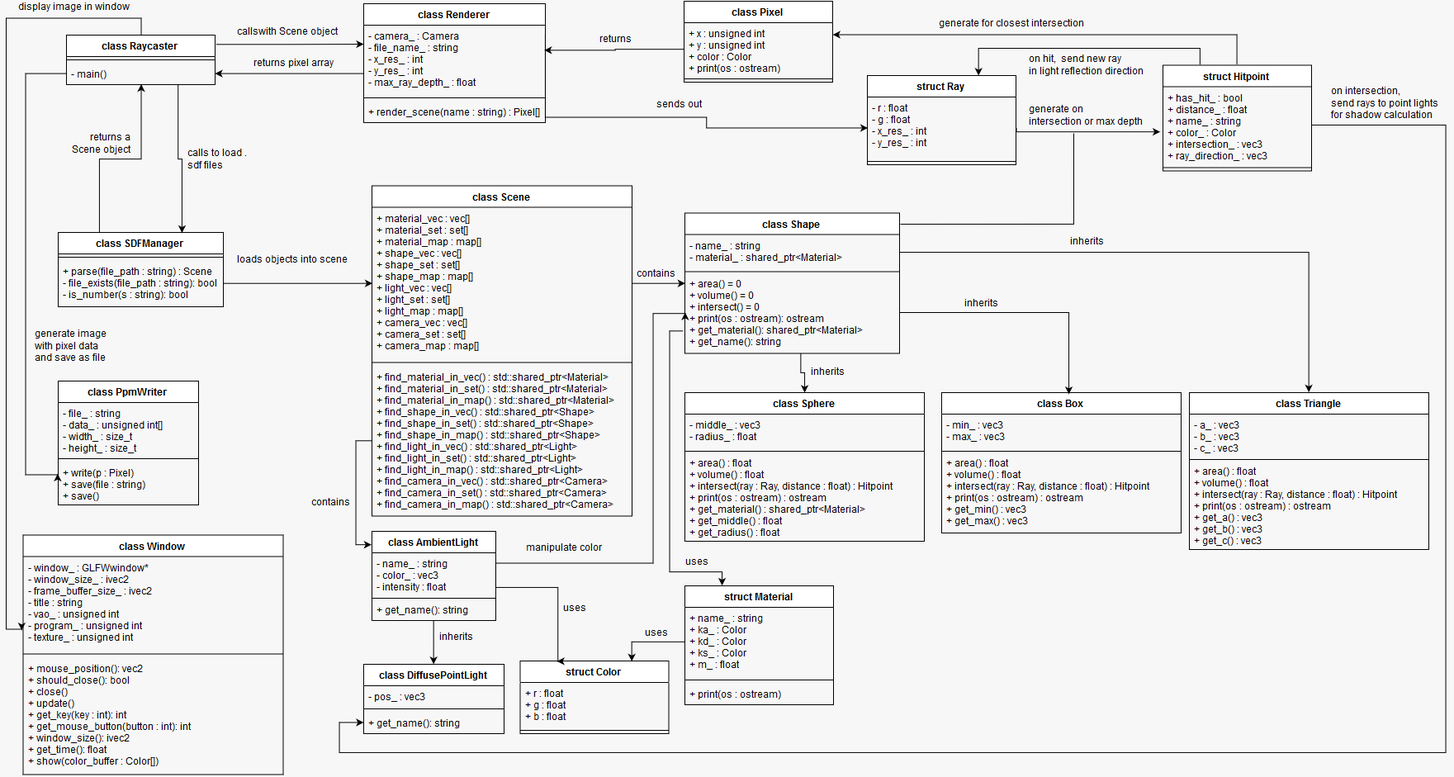
Before: UML/RaytracerUML.png, a diagram exported from draw.io (christiandunkel/raytracer). Source tidied: cells renumbered, new cells last; positions are measured from the earlier drawing's top-left corner, leaving out a move shared by most shapes.
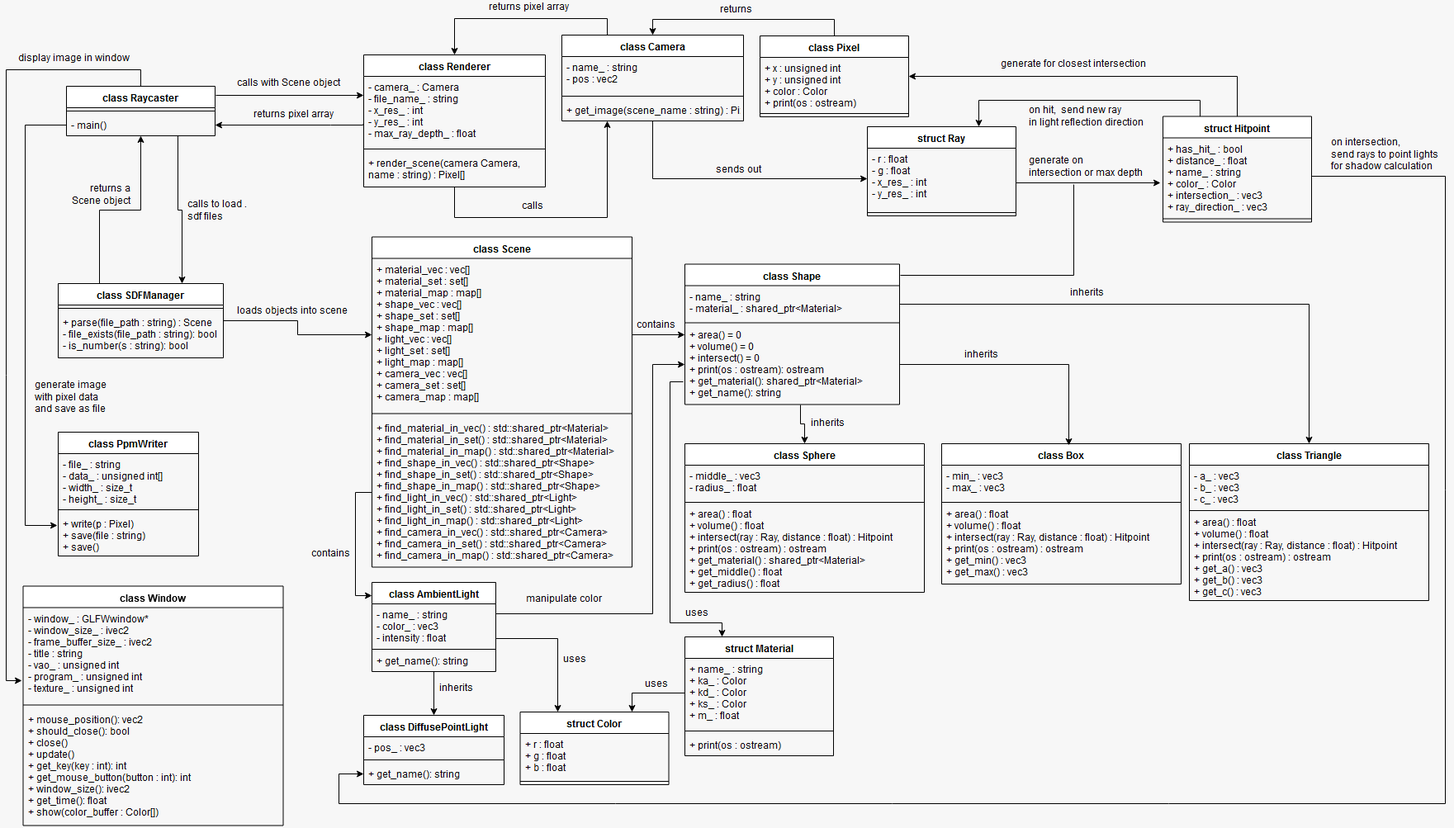
Above is the later version.

Commit message:
updated UML diagram

Change to the diagram source:
```diff
@@ -20,11 +20,10 @@
     <mxCell id="7" style="line;strokeWidth=1;fillColor=none;align=left;verticalAlign=middle;spacingTop=-1;spacingLeft=3;spacingRight=3;labelPosition=right;" parent="5" vertex="1">
       <mxGeometry y="80" width="180" height="8" as="geometry" />
     </mxCell>
-    <mxCell id="8" style="edgeStyle=orthogonalEdgeStyle;rounded=0;jettySize=auto;html=1;exitX=0.5;exitY=0;exitDx=0;exitDy=0;endArrow=classic;endFill=1;" parent="1" edge="1" source="10">
+    <mxCell id="8" style="edgeStyle=orthogonalEdgeStyle;rounded=0;jettySize=auto;html=1;exitX=0.5;exitY=0;exitDx=0;exitDy=0;endArrow=classic;endFill=1;entryX=1;entryY=0.5;entryDx=0;entryDy=0;" parent="1" edge="1" source="10" target="82">
       <mxGeometry relative="1" as="geometry">
-        <mxPoint x="1001" y="41" as="targetPoint" />
         <Array as="points">
-          <mxPoint x="1491" y="41" />
+          <mxPoint x="1491" y="30" />
         </Array>
       </mxGeometry>
     </mxCell>
@@ -70,17 +69,16 @@
     <mxCell id="22" value="+ get_name(): string" style="text;strokeColor=none;fillColor=none;align=left;verticalAlign=top;spacingLeft=4;spacingRight=4;overflow=hidden;" parent="19" vertex="1">
       <mxGeometry y="82" width="150" height="26" as="geometry" />
     </mxCell>
-    <mxCell id="23" style="edgeStyle=orthogonalEdgeStyle;rounded=0;jettySize=auto;html=1;exitX=1;exitY=0.25;exitDx=0;exitDy=0;entryX=0;entryY=0.5;entryDx=0;entryDy=0;" parent="1" edge="1" source="24" target="3">
-      <mxGeometry relative="1" as="geometry">
-        <Array as="points">
-          <mxPoint x="653" y="141" />
-          <mxPoint x="848" y="141" />
-          <mxPoint x="848" y="154" />
-        </Array>
-      </mxGeometry>
-    </mxCell>
+    <mxCell id="111" style="edgeStyle=orthogonalEdgeStyle;rounded=0;jettySize=auto;html=1;exitX=0.5;exitY=1;exitDx=0;exitDy=0;entryX=0.25;entryY=1;entryDx=0;entryDy=0;entryPerimeter=0;" parent="1" edge="1" source="24" target="118">
+      <mxGeometry relative="1" as="geometry">
+        <Array as="points">
+          <mxPoint x="543" y="201" />
+          <mxPoint x="728" y="201" />
+        </Array>
+      </mxGeometry>
+    </mxCell>
     <mxCell id="24" value="class Renderer" style="swimlane;fontStyle=1;align=center;verticalAlign=top;horizontal=1;startSize=26;" parent="1" vertex="1">
-      <mxGeometry x="433" y="4" width="220" height="144" as="geometry" />
+      <mxGeometry x="433" y="4" width="220" height="160" as="geometry" />
     </mxCell>
     <mxCell id="25" value="- camera_ : Camera&#10;- file_name_ : string&#10;- x_res_ : int&#10;- y_res_ : int&#10;- max_ray_depth_ : float&#10;" style="text;strokeColor=none;fillColor=none;align=left;verticalAlign=top;spacingLeft=4;spacingRight=4;overflow=hidden;points=[[0,0.5],[1,0.5]];portConstraint=eastwest;" parent="24" vertex="1">
       <mxGeometry y="26" width="220" height="84" as="geometry" />
@@ -88,8 +86,8 @@
     <mxCell id="26" style="line;strokeWidth=1;fillColor=none;align=left;verticalAlign=middle;spacingTop=-1;spacingLeft=3;spacingRight=3;labelPosition=right;" parent="24" vertex="1">
       <mxGeometry y="110" width="220" height="8" as="geometry" />
     </mxCell>
-    <mxCell id="27" value="+ render_scene(name : string) : Pixel[]" style="text;strokeColor=none;fillColor=none;align=left;verticalAlign=top;spacingLeft=4;spacingRight=4;overflow=hidden;" parent="24" vertex="1">
-      <mxGeometry y="118" width="220" height="26" as="geometry" />
+    <mxCell id="27" value="+ render_scene(camera Camera,&#10;name : string) : Pixel[]" style="text;strokeColor=none;fillColor=none;align=left;verticalAlign=top;spacingLeft=4;spacingRight=4;overflow=hidden;" parent="24" vertex="1">
+      <mxGeometry y="118" width="220" height="42" as="geometry" />
     </mxCell>
     <mxCell id="28" style="edgeStyle=orthogonalEdgeStyle;rounded=0;jettySize=auto;html=1;exitX=0.25;exitY=0;exitDx=0;exitDy=0;entryX=0.5;entryY=1;entryDx=0;entryDy=0;endArrow=classic;endFill=1;" parent="1" edge="1" source="29" target="56">
       <mxGeometry relative="1" as="geometry" />
@@ -207,7 +205,7 @@
     <mxCell id="62" value="+ area() : float&#10;+ volume() : float&#10;+ intersect(ray : Ray, distance : float) : Hitpoint&#10;+ print(os : ostream) : ostream&#10;+ get_min() : vec3&#10;+ get_max() : vec3&#10;" style="text;strokeColor=none;fillColor=none;align=left;verticalAlign=top;spacingLeft=4;spacingRight=4;overflow=hidden;" parent="59" vertex="1">
       <mxGeometry y="72" width="290" height="98" as="geometry" />
     </mxCell>
-    <mxCell id="63" value="&lt;div&gt;callswith Scene object&lt;/div&gt;" style="text;html=1;align=left;verticalAlign=top;spacingTop=-4;" parent="1" vertex="1">
+    <mxCell id="63" value="&lt;div&gt;calls with Scene object&lt;/div&gt;" style="text;html=1;align=left;verticalAlign=top;spacingTop=-4;" parent="1" vertex="1">
       <mxGeometry x="278" y="30" width="140" height="20" as="geometry" />
     </mxCell>
     <mxCell id="64" value="class Triangle" style="swimlane;fontStyle=1;align=center;verticalAlign=top;horizontal=1;startSize=26;" parent="1" vertex="1">
@@ -275,8 +273,11 @@
     <mxCell id="81" value="uses" style="text;html=1;align=left;verticalAlign=top;spacingTop=-4;" parent="1" vertex="1">
       <mxGeometry x="772" y="757.5" width="40" height="20" as="geometry" />
     </mxCell>
+    <mxCell id="112" style="edgeStyle=orthogonalEdgeStyle;rounded=0;jettySize=auto;html=1;exitX=0.5;exitY=0;exitDx=0;exitDy=0;entryX=0.5;entryY=0;entryDx=0;entryDy=0;" parent="1" edge="1" source="82" target="115">
+      <mxGeometry relative="1" as="geometry" />
+    </mxCell>
     <mxCell id="82" value="class Pixel" style="swimlane;fontStyle=1;align=center;verticalAlign=top;horizontal=1;startSize=26;" parent="1" vertex="1">
-      <mxGeometry x="821" y="1" width="180" height="98" as="geometry" />
+      <mxGeometry x="913" y="-19" width="180" height="98" as="geometry" />
     </mxCell>
     <mxCell id="83" value="+ x : unsigned int&#10;+ y : unsigned int&#10;+ color : Color&#10;+ print(os : ostream)&#10;" style="text;strokeColor=none;fillColor=none;align=left;verticalAlign=top;spacingLeft=4;spacingRight=4;overflow=hidden;points=[[0,0.5],[1,0.5]];portConstraint=eastwest;" parent="82" vertex="1">
       <mxGeometry y="26" width="180" height="64" as="geometry" />
@@ -302,7 +303,7 @@
       <mxGeometry x="298" y="68" width="110" height="20" as="geometry" />
     </mxCell>
     <mxCell id="89" value="sends out" style="text;html=1;align=left;verticalAlign=top;spacingTop=-4;" parent="1" vertex="1">
-      <mxGeometry x="786" y="118" width="70" height="20" as="geometry" />
+      <mxGeometry x="858" y="135" width="70" height="20" as="geometry" />
     </mxCell>
     <mxCell id="90" style="edgeStyle=orthogonalEdgeStyle;rounded=0;jettySize=auto;html=1;exitX=1;exitY=0.5;exitDx=0;exitDy=0;" parent="1" edge="1" source="3">
       <mxGeometry relative="1" as="geometry">
@@ -328,13 +329,10 @@
       <mxGeometry y="98" width="170" height="52" as="geometry" />
     </mxCell>
     <mxCell id="96" value="&lt;div&gt;generate for closest intersection&lt;/div&gt;" style="text;html=1;align=left;verticalAlign=top;spacingTop=-4;" parent="1" vertex="1">
-      <mxGeometry x="1128" y="20" width="190" height="20" as="geometry" />
+      <mxGeometry x="1203" y="7" width="190" height="20" as="geometry" />
     </mxCell>
-    <mxCell id="97" style="edgeStyle=orthogonalEdgeStyle;rounded=0;jettySize=auto;html=1;exitX=0;exitY=0.5;exitDx=0;exitDy=0;endArrow=classic;endFill=1;entryX=0.995;entryY=0.368;entryDx=0;entryDy=0;entryPerimeter=0;" parent="1" edge="1" source="83" target="25">
-      <mxGeometry relative="1" as="geometry" />
-    </mxCell>
-    <mxCell id="98" value="&lt;div&gt;returns&lt;/div&gt;" style="text;html=1;align=left;verticalAlign=top;spacingTop=-4;" parent="1" vertex="1">
-      <mxGeometry x="717" y="39" width="50" height="20" as="geometry" />
+    <mxCell id="98" value="&lt;div&gt;returns&lt;br&gt;&lt;/div&gt;" style="text;html=1;align=left;verticalAlign=top;spacingTop=-4;" parent="1" vertex="1">
+      <mxGeometry x="863" y="-59" width="50" height="20" as="geometry" />
     </mxCell>
     <mxCell id="99" style="edgeStyle=orthogonalEdgeStyle;rounded=0;jettySize=auto;html=1;exitX=1;exitY=0.5;exitDx=0;exitDy=0;entryX=0;entryY=0.5;entryDx=0;entryDy=0;endArrow=classic;endFill=1;" parent="1" edge="1" source="20" target="44">
       <mxGeometry relative="1" as="geometry">
@@ -390,5 +388,29 @@
     <mxCell id="110" value="&lt;div&gt;on hit,&amp;nbsp; send new ray&lt;/div&gt;&lt;div&gt;in light reflection direction&lt;br&gt;&lt;/div&gt;" style="text;html=1;align=left;verticalAlign=top;spacingTop=-4;" parent="1" vertex="1">
       <mxGeometry x="1237" y="63" width="150" height="30" as="geometry" />
     </mxCell>
+    <mxCell id="113" style="edgeStyle=orthogonalEdgeStyle;rounded=0;jettySize=auto;html=1;exitX=0.5;exitY=1;exitDx=0;exitDy=0;entryX=0;entryY=0.5;entryDx=0;entryDy=0;" parent="1" edge="1" source="115" target="3">
+      <mxGeometry relative="1" as="geometry" />
+    </mxCell>
+    <mxCell id="114" style="edgeStyle=orthogonalEdgeStyle;rounded=0;jettySize=auto;html=1;exitX=0.25;exitY=0;exitDx=0;exitDy=0;entryX=0.5;entryY=0;entryDx=0;entryDy=0;" parent="1" edge="1" source="115" target="24">
+      <mxGeometry relative="1" as="geometry" />
+    </mxCell>
+    <mxCell id="115" value="class Camera" style="swimlane;fontStyle=1;align=center;verticalAlign=top;horizontal=1;startSize=26;" parent="1" vertex="1">
+      <mxGeometry x="673" y="-20" width="220" height="104" as="geometry" />
+    </mxCell>
+    <mxCell id="116" value="- name_ : string&#10;- pos : vec2&#10;" style="text;strokeColor=none;fillColor=none;align=left;verticalAlign=top;spacingLeft=4;spacingRight=4;overflow=hidden;" parent="115" vertex="1">
+      <mxGeometry y="26" width="220" height="44" as="geometry" />
+    </mxCell>
+    <mxCell id="117" style="line;strokeWidth=1;fillColor=none;align=left;verticalAlign=middle;spacingTop=-1;spacingLeft=3;spacingRight=3;labelPosition=right;" parent="115" vertex="1">
+      <mxGeometry y="70" width="220" height="8" as="geometry" />
+    </mxCell>
+    <mxCell id="118" value="+ get_image(scene_name : string) : Pixel[]" style="text;strokeColor=none;fillColor=none;align=left;verticalAlign=top;spacingLeft=4;spacingRight=4;overflow=hidden;points=[[0,0.5],[1,0.5]];portConstraint=eastwest;" parent="115" vertex="1">
+      <mxGeometry y="78" width="220" height="26" as="geometry" />
+    </mxCell>
+    <mxCell id="119" value="&lt;div&gt;calls&lt;/div&gt;" style="text;html=1;align=left;verticalAlign=top;spacingTop=-4;" parent="1" vertex="1">
+      <mxGeometry x="622.5" y="179" width="40" height="20" as="geometry" />
+    </mxCell>
+    <mxCell id="120" value="&lt;div&gt;returns pixel array&lt;/div&gt;" style="text;html=1;align=left;verticalAlign=top;spacingTop=-4;" parent="1" vertex="1">
+      <mxGeometry x="582.5" y="-62" width="110" height="20" as="geometry" />
+    </mxCell>
   </root>
 </mxGraphModel>
```
